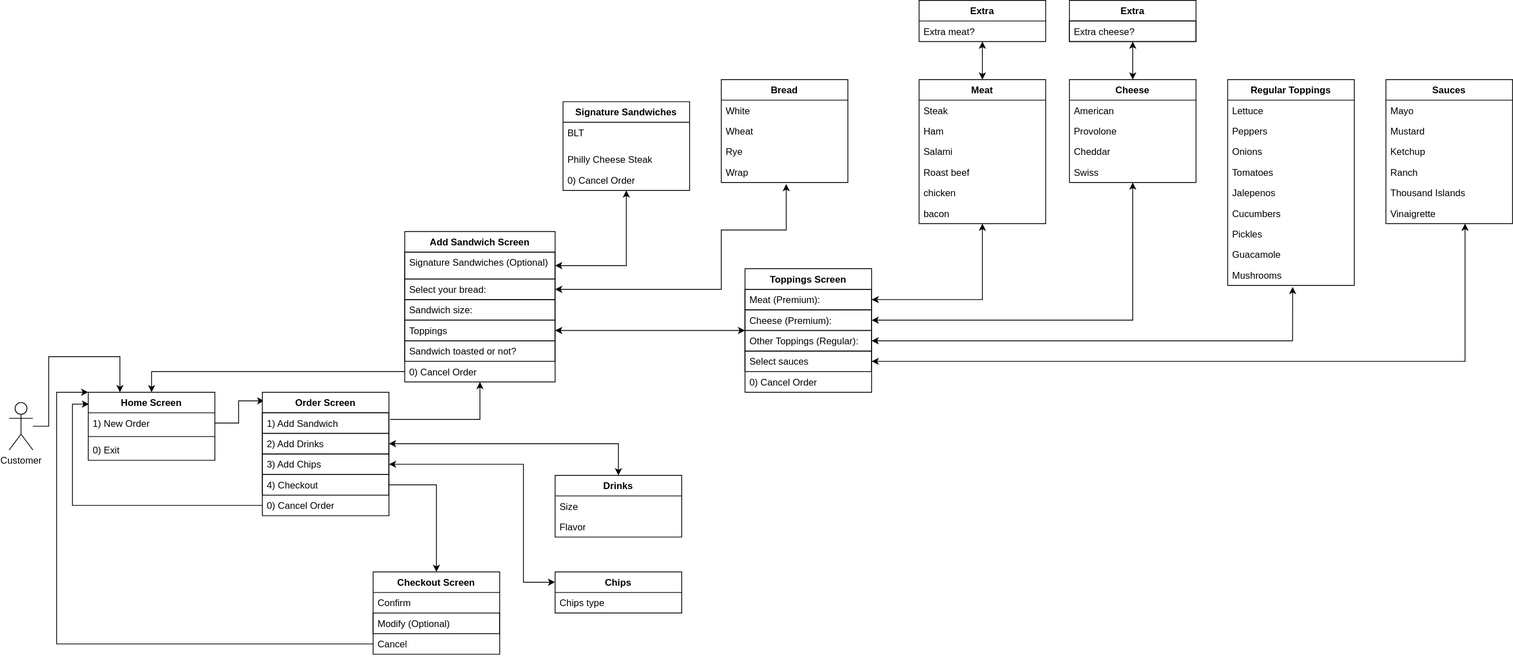
YearUp-MusaHoosain/DELI-cious keeps this draw.io diagram as UserflowDiagram.svg. Above is the earlier version. Source tidied: cells renumbered, new cells last; positions are measured from the earlier drawing's top-left corner, leaving out a move shared by most shapes.
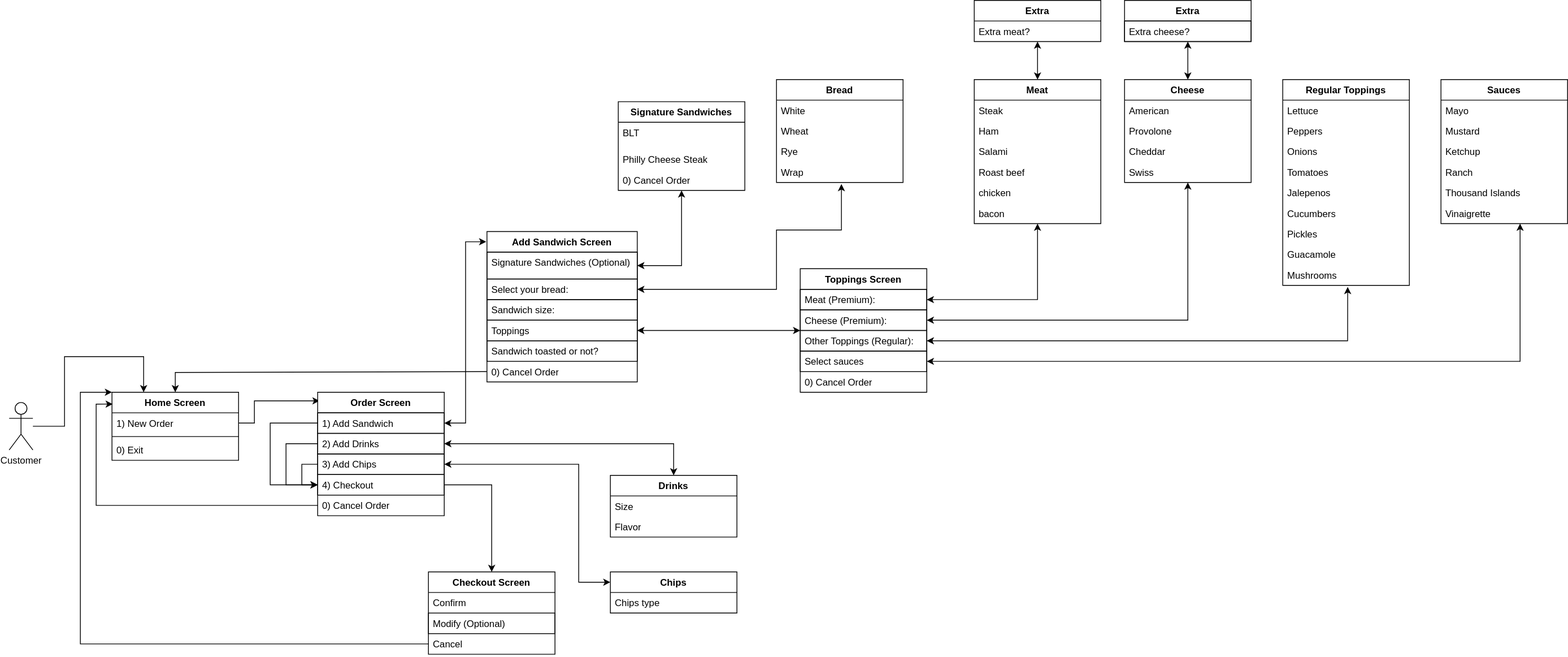
After the commit.

Diff of the diagram source:
```diff
@@ -3,10 +3,15 @@
     <mxCell id="0" />
     <mxCell id="1" parent="0" />
     <mxCell id="2" style="edgeStyle=orthogonalEdgeStyle;rounded=0;jettySize=auto;html=1;exitX=1;exitY=0.5;exitDx=0;exitDy=0;entryX=0.015;entryY=0.07;entryDx=0;entryDy=0;entryPerimeter=0;" parent="1" edge="1" source="4" target="11">
-      <mxGeometry relative="1" as="geometry" />
+      <mxGeometry relative="1" as="geometry">
+        <Array as="points">
+          <mxPoint x="240" y="534" />
+          <mxPoint x="240" y="506" />
+        </Array>
+      </mxGeometry>
     </mxCell>
     <mxCell id="3" value="Home Screen" style="swimlane;fontStyle=1;align=center;verticalAlign=top;horizontal=1;startSize=26;whiteSpace=wrap;html=1;" parent="1" vertex="1">
-      <mxGeometry x="100" y="495" width="160" height="86" as="geometry" />
+      <mxGeometry x="60" y="495" width="160" height="86" as="geometry" />
     </mxCell>
     <mxCell id="4" value="1) New Order" style="text;strokeColor=none;fillColor=none;align=left;verticalAlign=top;spacingLeft=4;spacingRight=4;overflow=hidden;points=[[0,0.5],[1,0.5]];portConstraint=eastwest;whiteSpace=wrap;html=1;" parent="3" vertex="1">
       <mxGeometry y="26" width="160" height="26" as="geometry" />
@@ -17,7 +22,7 @@
     <mxCell id="6" value="0) Exit" style="text;strokeColor=none;fillColor=none;align=left;verticalAlign=top;spacingLeft=4;spacingRight=4;overflow=hidden;whiteSpace=wrap;html=1;" parent="3" vertex="1">
       <mxGeometry y="60" width="160" height="26" as="geometry" />
     </mxCell>
-    <mxCell id="7" style="edgeStyle=orthogonalEdgeStyle;rounded=0;jettySize=auto;html=1;exitX=1.009;exitY=0.321;exitDx=0;exitDy=0;exitPerimeter=0;" parent="1" edge="1" source="12" target="20">
+    <mxCell id="7" style="edgeStyle=orthogonalEdgeStyle;rounded=0;jettySize=auto;html=1;entryX=-0.005;entryY=0.068;entryDx=0;entryDy=0;entryPerimeter=0;startArrow=classic;startFill=1;" parent="1" edge="1" source="12" target="20">
       <mxGeometry relative="1" as="geometry" />
     </mxCell>
     <mxCell id="8" style="edgeStyle=orthogonalEdgeStyle;rounded=0;jettySize=auto;html=1;exitX=1;exitY=0.5;exitDx=0;exitDy=0;" parent="1" edge="1" source="15" target="41">
@@ -50,12 +55,36 @@
     <mxCell id="14" value="3) Add Chips" style="text;strokeColor=default;fillColor=none;align=left;verticalAlign=top;spacingLeft=4;spacingRight=4;overflow=hidden;points=[[0,0.5],[1,0.5]];portConstraint=eastwest;whiteSpace=wrap;html=1;" parent="11" vertex="1">
       <mxGeometry y="78" width="160" height="26" as="geometry" />
     </mxCell>
+    <mxCell id="95" style="endArrow=classic;html=1;rounded=0;entryX=0;entryY=0.5;entryDx=0;entryDy=0;" parent="11" edge="1" source="14" target="15">
+      <mxGeometry relative="1" as="geometry">
+        <Array as="points">
+          <mxPoint x="-20" y="91" />
+          <mxPoint x="-20" y="117" />
+        </Array>
+      </mxGeometry>
+    </mxCell>
     <mxCell id="15" value="4) Checkout" style="text;strokeColor=default;fillColor=none;align=left;verticalAlign=top;spacingLeft=4;spacingRight=4;overflow=hidden;points=[[0,0.5],[1,0.5]];portConstraint=eastwest;whiteSpace=wrap;html=1;" parent="11" vertex="1">
       <mxGeometry y="104" width="160" height="26" as="geometry" />
     </mxCell>
     <mxCell id="16" value="0) Cancel Order" style="text;strokeColor=none;fillColor=none;align=left;verticalAlign=top;spacingLeft=4;spacingRight=4;overflow=hidden;points=[[0,0.5],[1,0.5]];portConstraint=eastwest;whiteSpace=wrap;html=1;" parent="11" vertex="1">
       <mxGeometry y="130" width="160" height="26" as="geometry" />
     </mxCell>
+    <mxCell id="96" style="endArrow=classic;html=1;rounded=0;entryX=0;entryY=0.5;entryDx=0;entryDy=0;exitX=0;exitY=0.5;exitDx=0;exitDy=0;" parent="11" edge="1" source="12" target="15">
+      <mxGeometry relative="1" as="geometry">
+        <Array as="points">
+          <mxPoint x="-60" y="39" />
+          <mxPoint x="-60" y="117" />
+        </Array>
+      </mxGeometry>
+    </mxCell>
+    <mxCell id="97" style="endArrow=classic;html=1;rounded=0;exitX=0;exitY=0.5;exitDx=0;exitDy=0;" parent="11" edge="1" source="13" target="15">
+      <mxGeometry relative="1" as="geometry">
+        <Array as="points">
+          <mxPoint x="-40" y="65" />
+          <mxPoint x="-40" y="117" />
+        </Array>
+      </mxGeometry>
+    </mxCell>
     <mxCell id="17" style="edgeStyle=orthogonalEdgeStyle;rounded=0;jettySize=auto;html=1;exitX=1;exitY=0.5;exitDx=0;exitDy=0;startArrow=classic;startFill=1;entryX=0.513;entryY=1.077;entryDx=0;entryDy=0;entryPerimeter=0;" parent="1" edge="1" source="22" target="31">
       <mxGeometry relative="1" as="geometry">
         <Array as="points">
@@ -72,7 +101,7 @@
       <mxGeometry relative="1" as="geometry" />
     </mxCell>
     <mxCell id="20" value="Add Sandwich Screen" style="swimlane;fontStyle=1;align=center;verticalAlign=top;horizontal=1;startSize=26;whiteSpace=wrap;html=1;" parent="1" vertex="1">
-      <mxGeometry x="500" y="292" width="190" height="190" as="geometry" />
+      <mxGeometry x="534" y="292" width="190" height="190" as="geometry" />
     </mxCell>
     <mxCell id="21" value="Signature Sandwiches (Optional)" style="text;strokeColor=default;fillColor=none;align=left;verticalAlign=top;spacingLeft=4;spacingRight=4;overflow=hidden;points=[[0,0.5],[1,0.5]];portConstraint=eastwest;whiteSpace=wrap;html=1;" parent="20" vertex="1">
       <mxGeometry y="26" width="190" height="34" as="geometry" />
@@ -285,14 +314,14 @@
     <mxCell id="89" style="edgeStyle=orthogonalEdgeStyle;rounded=0;jettySize=auto;html=1;entryX=0.25;entryY=0;entryDx=0;entryDy=0;" parent="1" edge="1" source="90" target="3">
       <mxGeometry relative="1" as="geometry">
         <Array as="points">
-          <mxPoint x="50" y="538" />
-          <mxPoint x="50" y="450" />
-          <mxPoint x="140" y="450" />
+          <mxPoint y="538" />
+          <mxPoint y="450" />
+          <mxPoint x="100" y="450" />
         </Array>
       </mxGeometry>
     </mxCell>
     <mxCell id="90" value="Customer" style="shape=umlActor;verticalLabelPosition=bottom;verticalAlign=top;html=1;outlineConnect=0;" parent="1" vertex="1">
-      <mxGeometry y="508" width="30" height="60" as="geometry" />
+      <mxGeometry x="-70" y="508" width="30" height="60" as="geometry" />
     </mxCell>
     <mxCell id="91" style="endArrow=classic;startArrow=classic;html=1;rounded=0;exitX=1;exitY=0.5;exitDx=0;exitDy=0;entryX=0.513;entryY=1.077;entryDx=0;entryDy=0;entryPerimeter=0;" parent="1" edge="1" source="38" target="72">
       <mxGeometry relative="1" as="geometry">
@@ -302,12 +331,18 @@
       </mxGeometry>
     </mxCell>
     <mxCell id="92" style="edgeStyle=orthogonalEdgeStyle;rounded=0;jettySize=auto;html=1;entryX=0.006;entryY=0.174;entryDx=0;entryDy=0;entryPerimeter=0;" parent="1" edge="1" source="16" target="3">
-      <mxGeometry relative="1" as="geometry" />
+      <mxGeometry relative="1" as="geometry">
+        <Array as="points">
+          <mxPoint x="40" y="638" />
+          <mxPoint x="40" y="510" />
+        </Array>
+      </mxGeometry>
     </mxCell>
     <mxCell id="93" style="endArrow=classic;html=1;rounded=0;exitX=0;exitY=0.5;exitDx=0;exitDy=0;entryX=0;entryY=0;entryDx=0;entryDy=0;" parent="1" edge="1" source="44" target="3">
       <mxGeometry relative="1" as="geometry">
         <Array as="points">
-          <mxPoint x="60" y="813" />
+          <mxPoint x="20" y="813" />
+          <mxPoint x="20" y="495" />
           <mxPoint x="60" y="495" />
         </Array>
       </mxGeometry>
@@ -315,7 +350,7 @@
     <mxCell id="94" style="endArrow=classic;html=1;rounded=0;exitX=0;exitY=0.5;exitDx=0;exitDy=0;entryX=0.5;entryY=0;entryDx=0;entryDy=0;" parent="1" edge="1" source="26" target="3">
       <mxGeometry relative="1" as="geometry">
         <Array as="points">
-          <mxPoint x="180" y="469" />
+          <mxPoint x="140" y="470" />
         </Array>
       </mxGeometry>
     </mxCell>
```
